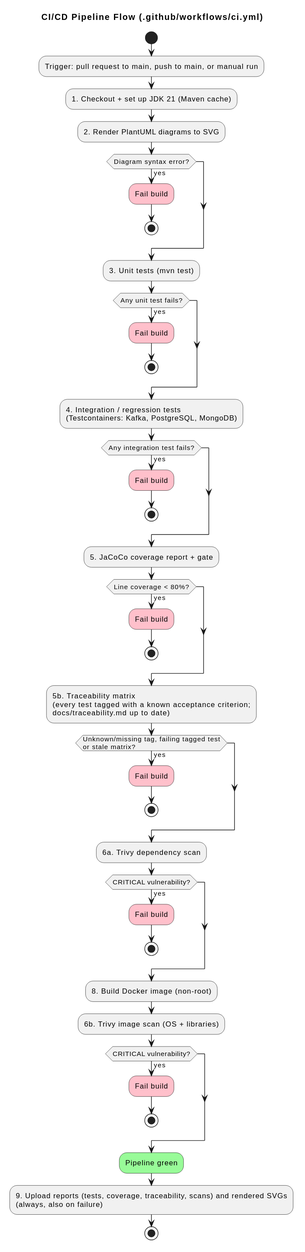
This is docs/diagrams/out/04-activity-ci-pipeline.svg from kuldipkumar/Trade-store, a PlantUML export, as it was before one commit.
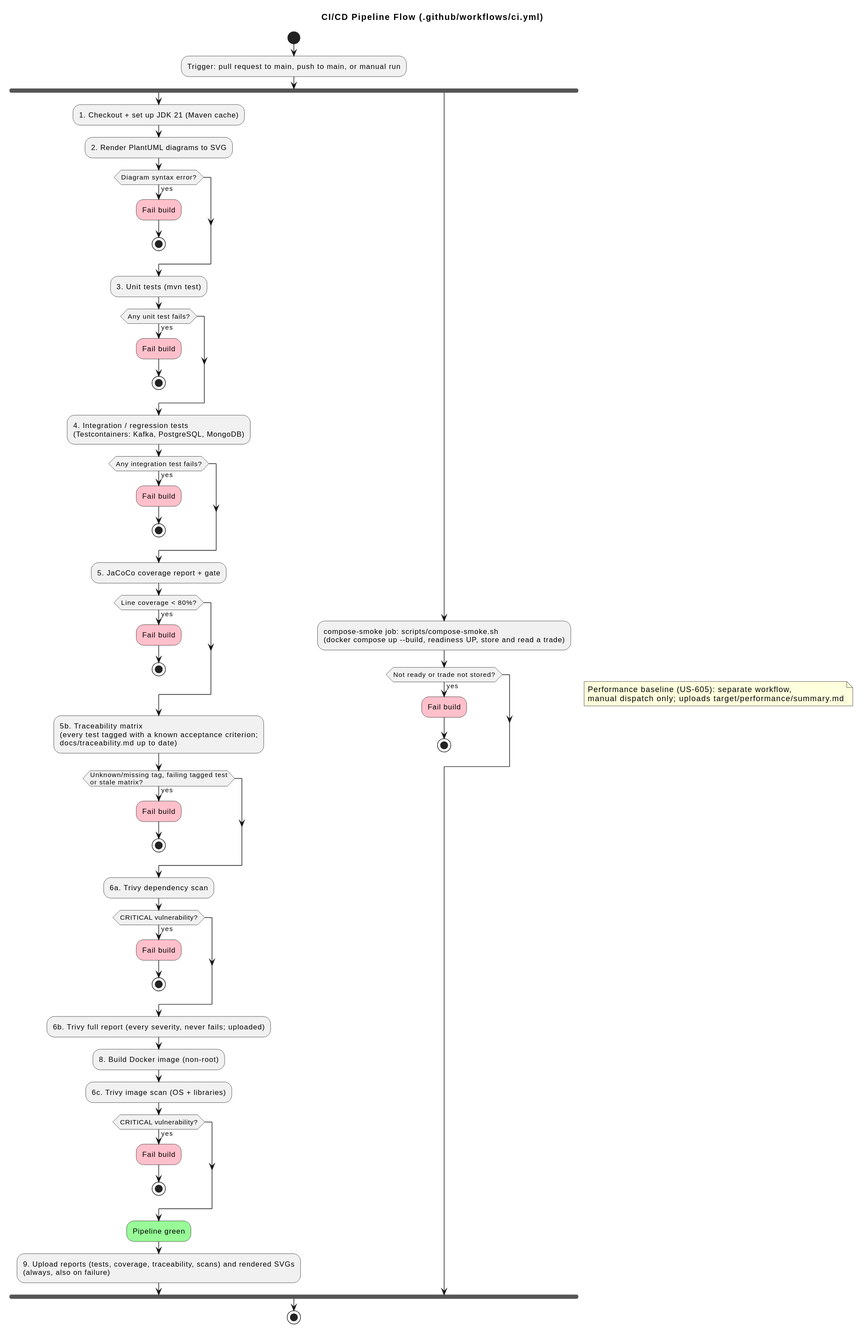
The same file after the commit.

Commit message:
fix: US-605, US-606.3, US-608.1 review fixes: summary before assertions, bounded stale-connection retry, stricter conformance checks; pipeline diagram

What changed in the source:
```diff
@@ -3,6 +3,8 @@
 
 start
 :Trigger: pull request to main, push to main, or manual run;
+fork
+
 :1. Checkout + set up JDK 21 (Maven cache);
 :2. Render PlantUML diagrams to SVG;
 if (Diagram syntax error?) then (yes)
@@ -34,13 +36,25 @@
   :Fail build; <<#pink>>
   stop
 endif
+:6b. Trivy full report (every severity, never fails; uploaded);
 :8. Build Docker image (non-root);
-:6b. Trivy image scan (OS + libraries);
+:6c. Trivy image scan (OS + libraries);
 if (CRITICAL vulnerability?) then (yes)
   :Fail build; <<#pink>>
   stop
 endif
 :Pipeline green; <<#palegreen>>
 :9. Upload reports (tests, coverage, traceability, scans) and rendered SVGs\n(always, also on failure);
+fork again
+:compose-smoke job: scripts/compose-smoke.sh\n(docker compose up --build, readiness UP, store and read a trade);
+if (Not ready or trade not stored?) then (yes)
+  :Fail build; <<#pink>>
+  stop
+endif
+end fork
+note right
+  Performance baseline (US-605): separate workflow,
+  manual dispatch only; uploads target/performance/summary.md
+end note
 stop
 @enduml
```
